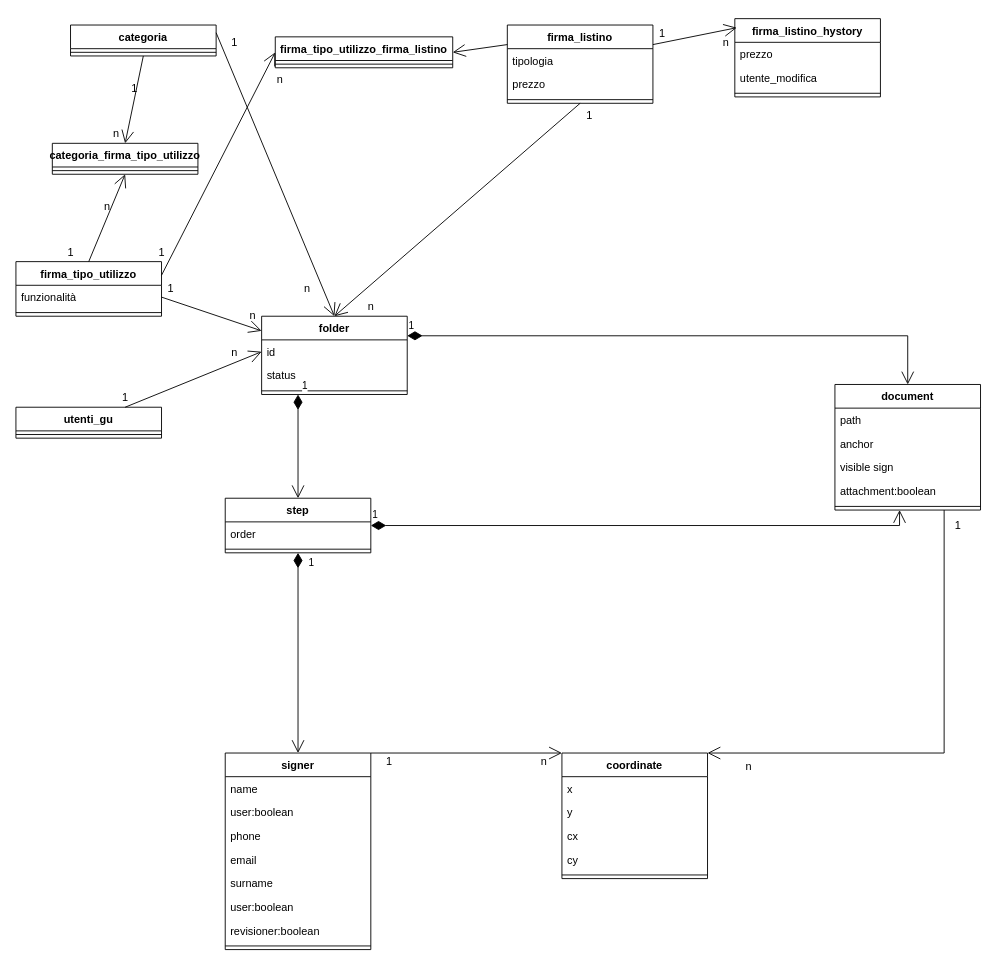
The draw.io diagram page "model-implementation" (2 of 2) of model.drawio in carnivuth/digitalsignIntegrationdoc, before the edit. Source tidied: cells renumbered, new cells numbered last; positions are measured from the earlier drawing's top-left corner, leaving out a move shared by most shapes. Both pictures are drawn from the tidied source at 91%, with x=0, y=0 at pixel (15, 18).
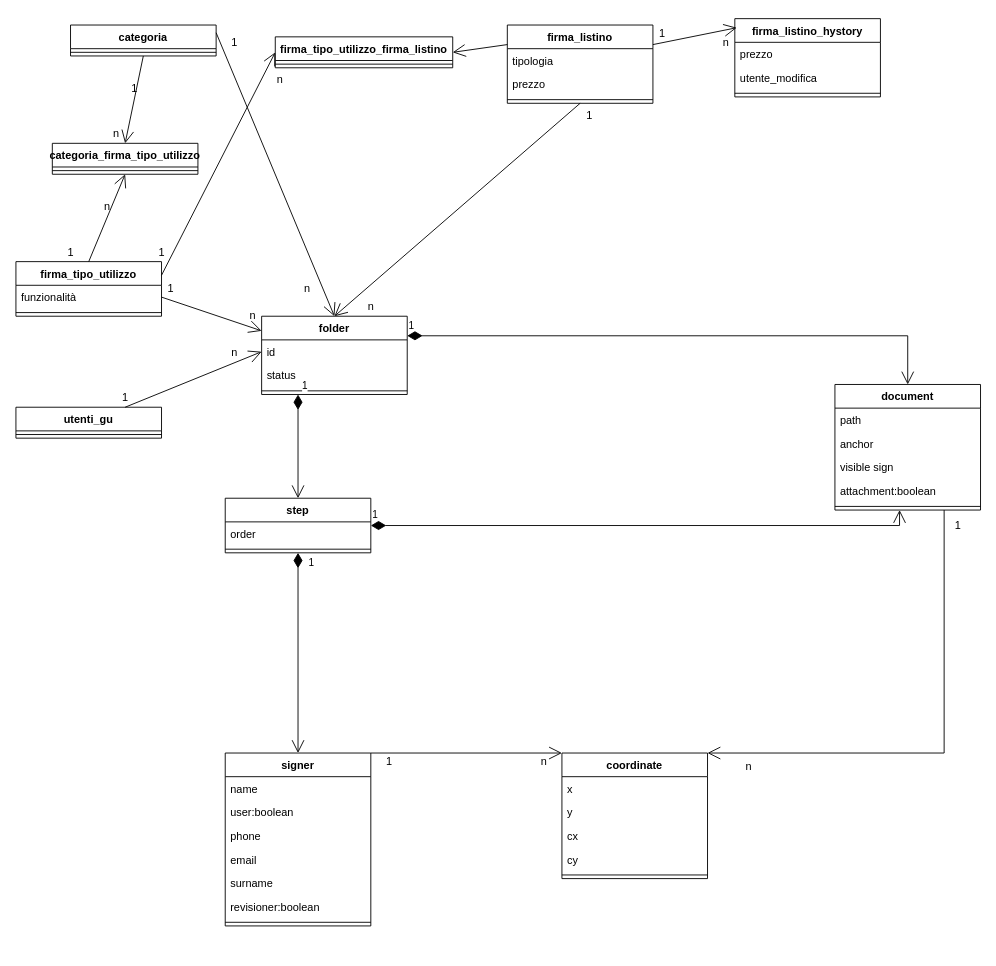
The same diagram, later.

Commit message (it also covers changes not shown here):
correct user

Change to the diagram source:
```diff
@@
     <mxCell id="12" value="signer" style="swimlane;fontStyle=1;align=center;verticalAlign=top;horizontal=1;startSize=26;" parent="1" vertex="1">
-      <mxGeometry x="230" y="807" width="160" height="216" as="geometry" />
+      <mxGeometry x="230" y="807" width="160" height="190" as="geometry" />
     </mxCell>
@@
-    <mxCell id="18" value="user:boolean" style="text;strokeColor=none;fillColor=none;align=left;verticalAlign=top;spacingLeft=4;spacingRight=4;overflow=hidden;" parent="12" vertex="1">
-      <mxGeometry y="156" width="160" height="26" as="geometry" />
-    </mxCell>
     <mxCell id="19" value="revisioner:boolean" style="text;strokeColor=none;fillColor=none;align=left;verticalAlign=top;spacingLeft=4;spacingRight=4;overflow=hidden;" parent="12" vertex="1">
-      <mxGeometry y="182" width="160" height="26" as="geometry" />
+      <mxGeometry y="156" width="160" height="26" as="geometry" />
     </mxCell>
     <mxCell id="20" style="line;strokeWidth=1;fillColor=none;align=left;verticalAlign=middle;spacingTop=-1;spacingLeft=3;spacingRight=3;labelPosition=right;strokeColor=inherit;" parent="12" vertex="1">
-      <mxGeometry y="208" width="160" height="8" as="geometry" />
+      <mxGeometry y="182" width="160" height="8" as="geometry" />
     </mxCell>
```
